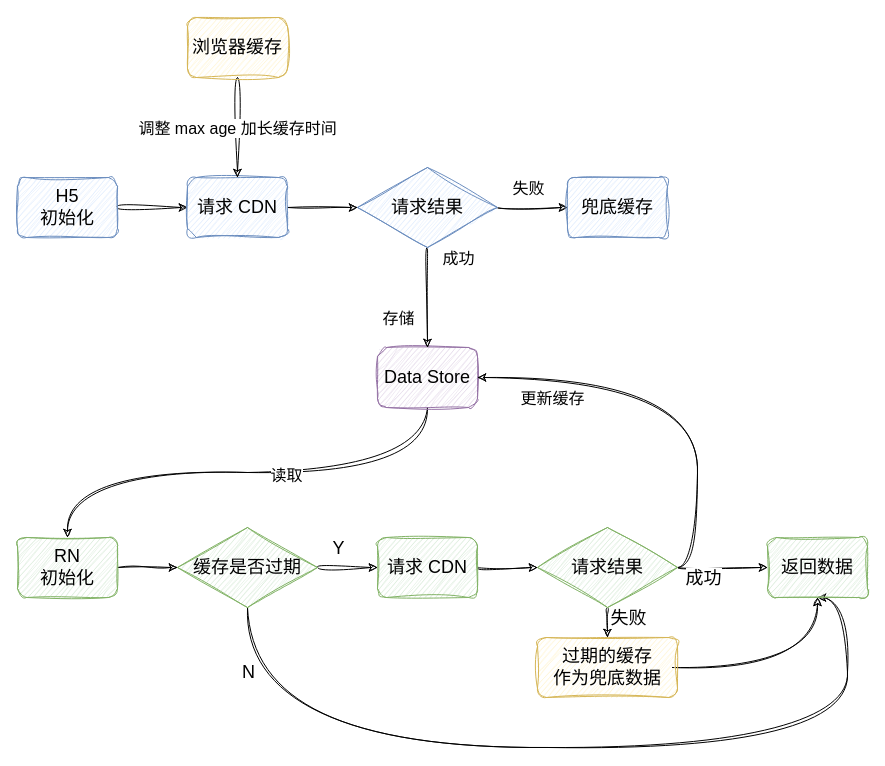
Earlier version of the draw.io diagram page "缓存优化" (10 of 10) of CDN优化.drawio (Darkindom/draw-the-diagrams). Source tidied: cells renumbered, new cells numbered last; positions are measured from the earlier drawing's top-left corner, leaving out a move shared by most shapes. Both pictures are drawn from the tidied source at 100%, with x=0, y=0 at pixel (17, 17).
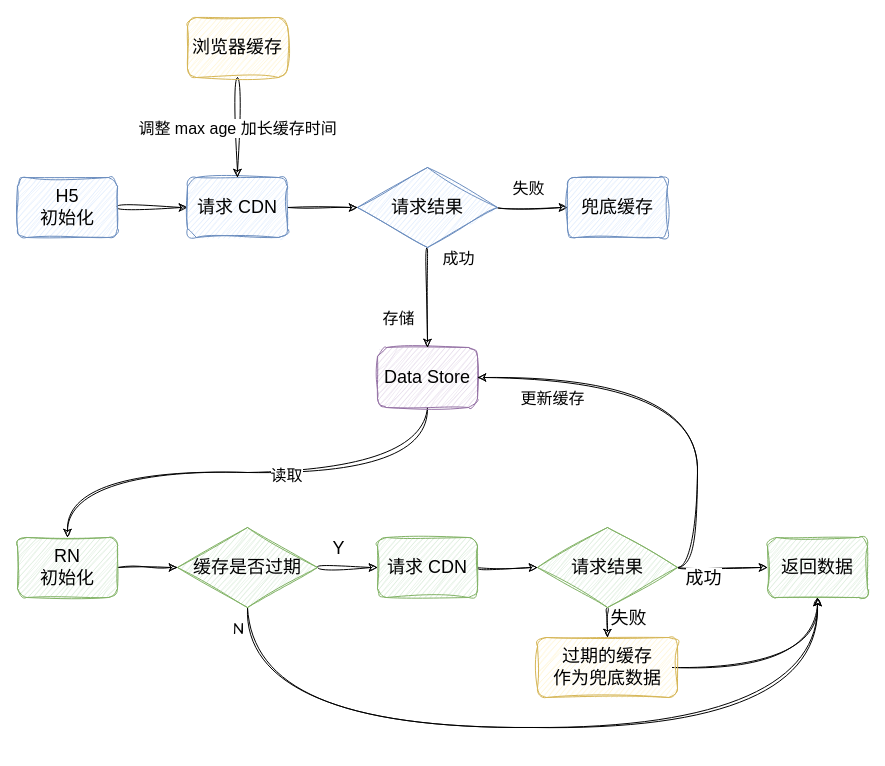
Above is the later version.

Unchanged cells that the change refers to:
```xml
<mxCell id="8" value="缓存是否过期" style="rhombus;whiteSpace=wrap;html=1;sketch=1;hachureGap=4;jiggle=2;curveFitting=1;fontFamily=手札体-简;fontSize=18;fillColor=#d5e8d4;strokeColor=#82b366;" parent="1" vertex="1">
  <mxGeometry x="160" y="510" width="140" height="80" as="geometry" />
</mxCell>
<mxCell id="11" value="返回数据" style="rounded=1;whiteSpace=wrap;html=1;sketch=1;hachureGap=4;jiggle=2;curveFitting=1;fontFamily=手札体-简;fontSize=18;fillColor=#d5e8d4;strokeColor=#82b366;" parent="1" vertex="1">
  <mxGeometry x="750" y="520" width="100" height="60" as="geometry" />
</mxCell>
```

Diff of the diagram source:
```diff
@@
-    <mxCell id="6" style="edgeStyle=orthogonalEdgeStyle;shape=connector;curved=1;rounded=0;sketch=1;hachureGap=4;jiggle=2;curveFitting=1;jettySize=auto;html=1;exitX=0.5;exitY=1;exitDx=0;exitDy=0;entryX=0.5;entryY=1;entryDx=0;entryDy=0;labelBackgroundColor=default;strokeColor=default;fontFamily=手札体-简;fontSize=18;fontColor=default;endArrow=classic;" parent="1" edge="1" source="8" target="11">
+    <mxCell id="6" style="edgeStyle=orthogonalEdgeStyle;shape=connector;curved=1;rounded=0;sketch=1;hachureGap=4;jiggle=2;curveFitting=1;jettySize=auto;html=1;exitX=0.5;exitY=1;exitDx=0;exitDy=0;entryX=0.5;entryY=1;entryDx=0;entryDy=0;labelBackgroundColor=default;strokeColor=default;fontFamily=Architects Daughter;fontSize=16;fontColor=default;endArrow=classic;" parent="1" edge="1" source="8" target="11">
       <mxGeometry relative="1" as="geometry">
         <Array as="points">
-          <mxPoint x="230" y="730" />
-          <mxPoint x="830" y="730" />
+          <mxPoint x="230" y="710" />
+          <mxPoint x="800" y="710" />
         </Array>
       </mxGeometry>
     </mxCell>
-    <mxCell id="7" value="N" style="edgeLabel;html=1;align=center;verticalAlign=middle;fontSize=18;fontFamily=手札体-简;fontColor=default;" parent="6" vertex="1">
-      <mxGeometry x="-0.8" y="-8" relative="1" as="geometry">
-        <mxPoint x="8" y="-28" as="offset" />
+    <mxCell id="7" value="N" style="edgeLabel;html=1;align=center;verticalAlign=middle;fontSize=16;fontFamily=Architects Daughter;fontColor=default;" parent="6" vertex="1">
+      <mxGeometry x="-0.93" y="8" relative="1" as="geometry">
+        <mxPoint x="-18" y="-8" as="offset" />
       </mxGeometry>
     </mxCell>
```
